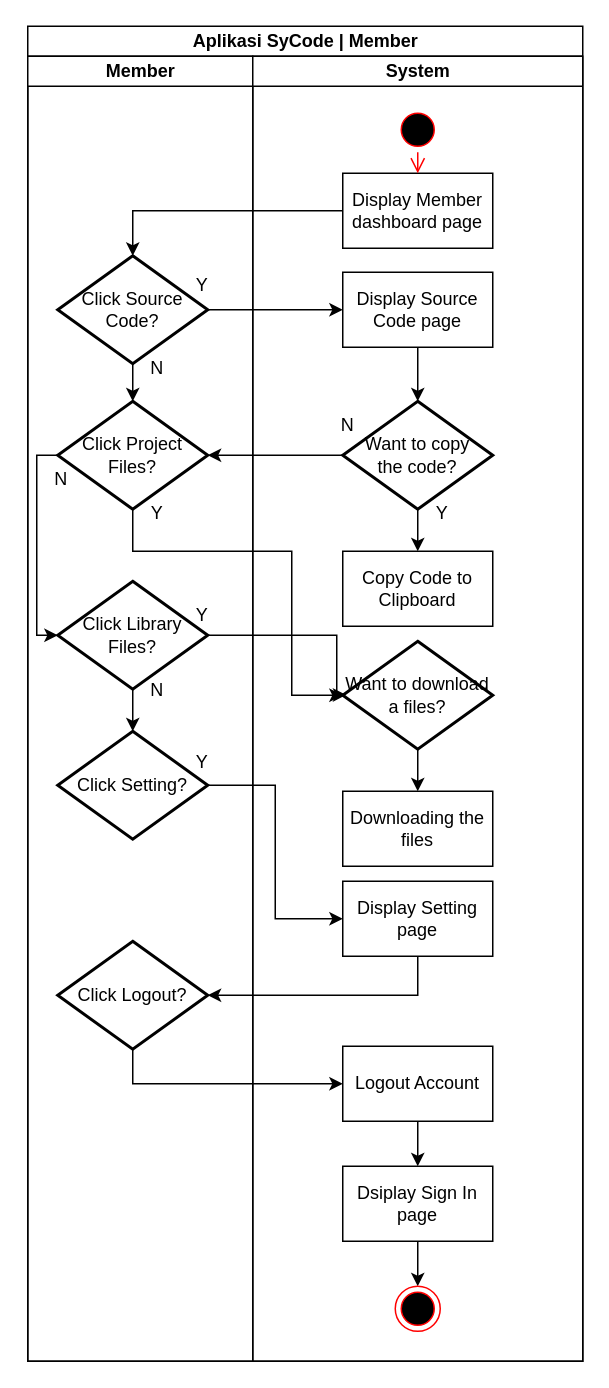
This is page "UML - Activity Diagram - Page Member" (18 of 19) of KP2.drawio from dapzz-id/DrawIO, a draw.io file, before an edit. Source tidied: cells renumbered, new cells numbered last; positions are measured from the earlier drawing's top-left corner, leaving out a move shared by most shapes. Both pictures are drawn from the tidied source at 150%, with x=0, y=0 at pixel (27, 26).
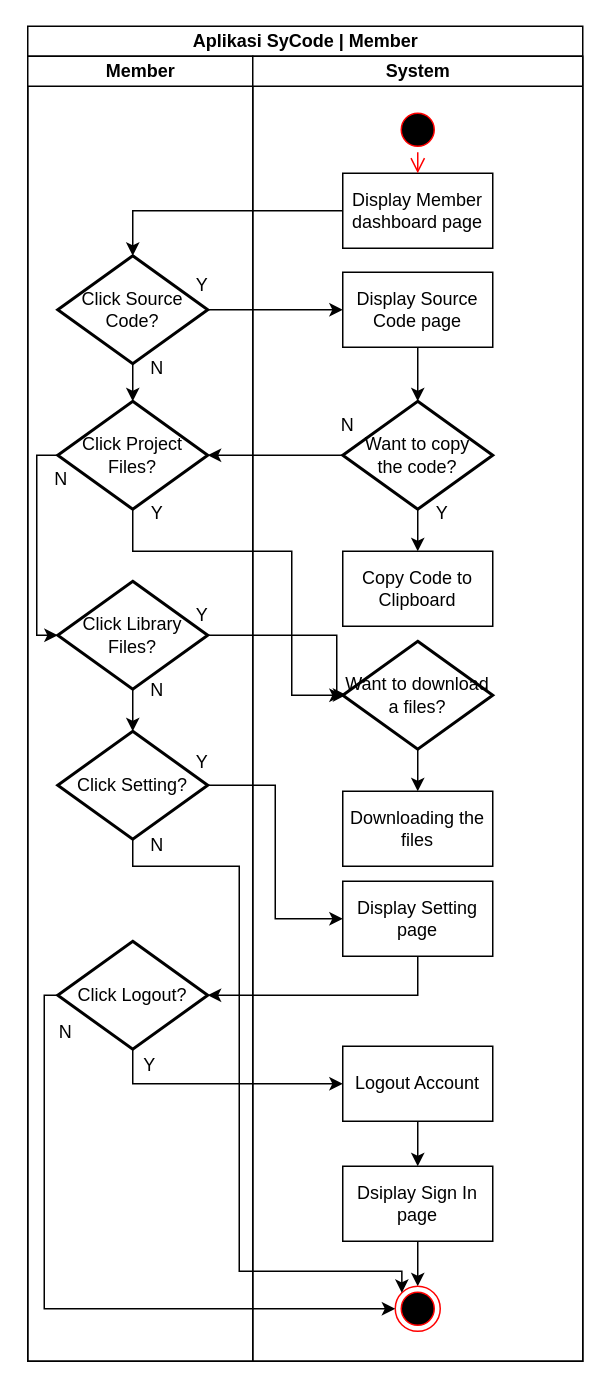
The same page after the edit.

Unchanged cells that the change refers to:
```xml
<mxCell id="2" value="Aplikasi SyCode | Member" style="swimlane;startSize=20;html=1;" parent="1" vertex="1">
  <mxGeometry width="370" height="890" as="geometry" />
</mxCell>
<mxCell id="3" value="Member" style="swimlane;startSize=20;html=1;fillColor=default;" parent="2" vertex="1">
  <mxGeometry y="20" width="150" height="870" as="geometry" />
</mxCell>
<mxCell id="15" value="Click Setting?" style="strokeWidth=2;html=1;shape=mxgraph.flowchart.decision;whiteSpace=wrap;" parent="3" vertex="1">
  <mxGeometry x="20" y="450" width="100" height="72" as="geometry" />
</mxCell>
<mxCell id="17" value="Click Logout?" style="strokeWidth=2;html=1;shape=mxgraph.flowchart.decision;whiteSpace=wrap;" parent="3" vertex="1">
  <mxGeometry x="20" y="590" width="100" height="72" as="geometry" />
</mxCell>
<mxCell id="37" style="ellipse;html=1;shape=endState;fillColor=#000000;strokeColor=#ff0000;" parent="18" vertex="1">
  <mxGeometry x="95" y="820" width="30" height="30" as="geometry" />
</mxCell>
```

Diff of the diagram source:
```diff
@@
+    <mxCell id="47" value="N" style="text;html=1;align=center;verticalAlign=middle;strokeColor=none;fillColor=none;" parent="3" vertex="1">
+      <mxGeometry x="10" y="636" width="30" height="30" as="geometry" />
+    </mxCell>
+    <mxCell id="48" value="N" style="text;html=1;align=center;verticalAlign=middle;strokeColor=none;fillColor=none;" parent="3" vertex="1">
+      <mxGeometry x="71" y="511" width="30" height="30" as="geometry" />
+    </mxCell>
@@
+    <mxCell id="49" style="edgeStyle=orthogonalEdgeStyle;rounded=0;jettySize=auto;html=1;exitX=0;exitY=0.5;exitDx=0;exitDy=0;exitPerimeter=0;entryX=0;entryY=0.5;entryDx=0;entryDy=0;" parent="2" edge="1" source="17" target="37">
+      <mxGeometry relative="1" as="geometry">
+        <Array as="points">
+          <mxPoint x="11" y="646" />
+          <mxPoint x="11" y="855" />
+        </Array>
+      </mxGeometry>
+    </mxCell>
+    <mxCell id="50" style="edgeStyle=orthogonalEdgeStyle;rounded=0;jettySize=auto;html=1;exitX=0.5;exitY=1;exitDx=0;exitDy=0;exitPerimeter=0;entryX=0;entryY=0;entryDx=0;entryDy=0;" parent="2" edge="1" source="15" target="37">
+      <mxGeometry relative="1" as="geometry">
+        <Array as="points">
+          <mxPoint x="70" y="560" />
+          <mxPoint x="141" y="560" />
+          <mxPoint x="141" y="830" />
+          <mxPoint x="249" y="830" />
+        </Array>
+      </mxGeometry>
+    </mxCell>
@@
+    <mxCell id="51" value="Y" style="text;html=1;align=center;verticalAlign=middle;strokeColor=none;fillColor=none;" parent="1" vertex="1">
+      <mxGeometry x="66" y="678" width="30" height="30" as="geometry" />
+    </mxCell>
```
